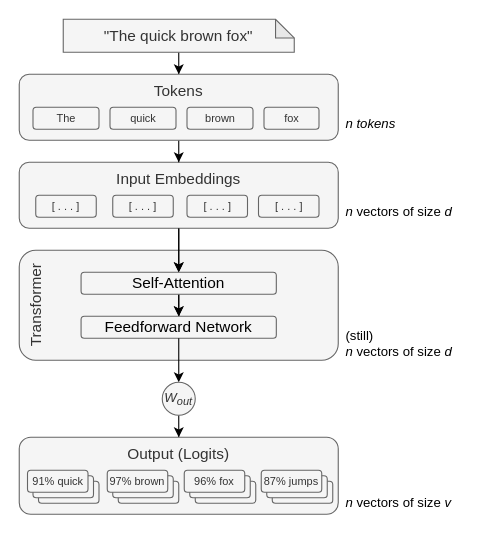
Earlier version of the draw.io diagram book/images/transformer/smallest-llm.drawio (yshavit/llm-notes). Source tidied: cells renumbered, new cells numbered last; positions are measured from the earlier drawing's top-left corner, leaving out a move shared by most shapes. Both pictures are drawn from the tidied source at 110%, with x=0, y=0 at pixel (19, 19).
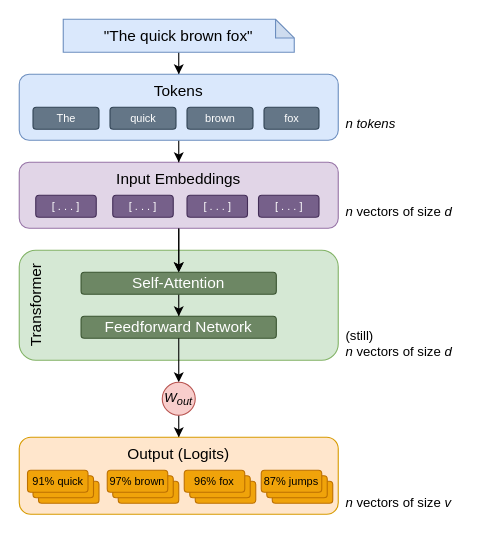
The same page after the edit.

Commit message (it also covers changes not shown here):
stacked transformer blocks

The edit, as a diff of the source:
```diff
@@
-    <mxCell id="2" value="Transformer" style="rounded=1;whiteSpace=wrap;html=1;verticalAlign=top;fontSize=14;strokeWidth=1;fillColor=#f5f5f5;fontStyle=0;strokeColor=#666666;fontColor=#333333;horizontal=0;" parent="1" vertex="1">
+    <mxCell id="2" value="Transformer" style="rounded=1;whiteSpace=wrap;html=1;verticalAlign=top;fontSize=14;strokeWidth=1;fillColor=#d5e8d4;fontStyle=0;strokeColor=#82b366;horizontal=0;" parent="1" vertex="1">
       <mxGeometry y="210" width="290" height="100" as="geometry" />
     </mxCell>
@@
-    <mxCell id="4" value="&quot;The quick brown fox&quot;" style="shape=note;whiteSpace=wrap;html=1;backgroundOutline=1;darkOpacity=0.05;size=17;fillColor=#f5f5f5;strokeColor=#666666;fontSize=14;fontColor=#333333;" parent="1" vertex="1">
+    <mxCell id="4" value="&quot;The quick brown fox&quot;" style="shape=note;whiteSpace=wrap;html=1;backgroundOutline=1;darkOpacity=0.05;size=17;fillColor=#dae8fc;strokeColor=#6c8ebf;fontSize=14;" parent="1" vertex="1">
       <mxGeometry x="40" width="210" height="30" as="geometry" />
     </mxCell>
@@
-    <mxCell id="6" value="&lt;span&gt;Input Embeddings&lt;/span&gt;" style="rounded=1;whiteSpace=wrap;html=1;fillColor=#f5f5f5;strokeColor=#666666;fontSize=14;shadow=0;fontColor=#333333;verticalAlign=top;fontStyle=0;" parent="1" vertex="1">
+    <mxCell id="6" value="&lt;span&gt;Input Embeddings&lt;/span&gt;" style="rounded=1;whiteSpace=wrap;html=1;fillColor=#e1d5e7;strokeColor=#9673a6;fontSize=14;shadow=0;verticalAlign=top;fontStyle=0;" parent="1" vertex="1">
       <mxGeometry y="130" width="290" height="60" as="geometry" />
     </mxCell>
@@
-    <mxCell id="8" style="edgeStyle=orthogonalEdgeStyle;rounded=0;jettySize=auto;html=1;" parent="1" edge="1" source="9" target="10">
-      <mxGeometry relative="1" as="geometry" />
-    </mxCell>
-    <mxCell id="9" value="&lt;span&gt;Self-Attention&lt;/span&gt;" style="rounded=1;whiteSpace=wrap;html=1;fillColor=#f5f5f5;fontColor=#000000;strokeColor=#666666;fontSize=14;fontStyle=0;" parent="1" vertex="1">
+    <mxCell id="9" value="&lt;span&gt;Self-Attention&lt;/span&gt;" style="rounded=1;whiteSpace=wrap;html=1;fillColor=#6d8764;fontColor=#ffffff;strokeColor=#3A5431;fontSize=14;fontStyle=0;" parent="1" vertex="1">
       <mxGeometry x="56.2" y="230" width="177.5" height="20" as="geometry" />
     </mxCell>
-    <mxCell id="10" value="&lt;span&gt;Feedforward Network&lt;/span&gt;" style="rounded=1;whiteSpace=wrap;html=1;fillColor=#f5f5f5;fontColor=#000000;strokeColor=#666666;fontSize=14;fontStyle=0;" parent="1" vertex="1">
+    <mxCell id="10" value="&lt;span&gt;Feedforward Network&lt;/span&gt;" style="rounded=1;whiteSpace=wrap;html=1;fillColor=#6d8764;fontColor=#ffffff;strokeColor=#3A5431;fontSize=14;fontStyle=0;" parent="1" vertex="1">
       <mxGeometry x="56.2" y="270" width="177.5" height="20" as="geometry" />
     </mxCell>
@@
-    <mxCell id="15" value="&lt;i&gt;W&lt;sub&gt;out&lt;/sub&gt;&lt;/i&gt;" style="ellipse;whiteSpace=wrap;html=1;fillColor=#f5f5f5;fontColor=#333333;strokeColor=#666666;" parent="1" vertex="1">
+    <mxCell id="15" value="&lt;i&gt;W&lt;sub&gt;out&lt;/sub&gt;&lt;/i&gt;" style="ellipse;whiteSpace=wrap;html=1;fillColor=#f8cecc;strokeColor=#b85450;" parent="1" vertex="1">
       <mxGeometry x="130" y="330" width="30" height="30" as="geometry" />
     </mxCell>
-    <mxCell id="16" value="&lt;span&gt;Tokens&lt;/span&gt;" style="rounded=1;whiteSpace=wrap;html=1;fillColor=#f5f5f5;strokeColor=#666666;fontSize=14;shadow=0;fontColor=#333333;verticalAlign=top;fontStyle=0;" parent="1" vertex="1">
+    <mxCell id="16" value="&lt;span&gt;Tokens&lt;/span&gt;" style="rounded=1;whiteSpace=wrap;html=1;fillColor=#dae8fc;strokeColor=#6c8ebf;fontSize=14;shadow=0;verticalAlign=top;fontStyle=0;" parent="1" vertex="1">
       <mxGeometry y="50" width="290" height="60" as="geometry" />
     </mxCell>
@@
-    <mxCell id="20" value="&lt;span&gt;Output (Logits)&lt;/span&gt;" style="rounded=1;whiteSpace=wrap;html=1;fillColor=#f5f5f5;strokeColor=#666666;fontSize=14;shadow=0;fontColor=#333333;verticalAlign=top;fontStyle=0;" parent="1" vertex="1">
+    <mxCell id="20" value="&lt;span&gt;Output (Logits)&lt;/span&gt;" style="rounded=1;whiteSpace=wrap;html=1;fillColor=#ffe6cc;strokeColor=#d79b00;fontSize=14;shadow=0;verticalAlign=top;fontStyle=0;" parent="1" vertex="1">
       <mxGeometry y="380" width="290" height="70" as="geometry" />
     </mxCell>
-    <mxCell id="21" style="group;" parent="1" vertex="1">
-      <mxGeometry x="7.5" y="410" width="65" height="30" as="geometry" />
-    </mxCell>
-    <mxCell id="22" style="rounded=1;whiteSpace=wrap;html=1;fontSize=10;fillColor=#f5f5f5;fontColor=#333333;strokeColor=#666666;" parent="21" vertex="1">
-      <mxGeometry x="10" y="10" width="55" height="20" as="geometry" />
-    </mxCell>
-    <mxCell id="23" style="rounded=1;whiteSpace=wrap;html=1;fontSize=10;fillColor=#f5f5f5;fontColor=#333333;strokeColor=#666666;" parent="21" vertex="1">
-      <mxGeometry x="5" y="5" width="55" height="20" as="geometry" />
-    </mxCell>
-    <mxCell id="24" value="91% quick" style="rounded=1;whiteSpace=wrap;html=1;fontSize=10;fillColor=#f5f5f5;fontColor=#333333;strokeColor=#666666;" parent="21" vertex="1">
-      <mxGeometry width="55" height="20" as="geometry" />
-    </mxCell>
-    <mxCell id="25" style="group;" parent="1" vertex="1">
-      <mxGeometry x="80" y="410" width="65" height="30" as="geometry" />
-    </mxCell>
-    <mxCell id="26" style="rounded=1;whiteSpace=wrap;html=1;fontSize=10;fillColor=#f5f5f5;fontColor=#333333;strokeColor=#666666;" parent="25" vertex="1">
-      <mxGeometry x="10" y="10" width="55" height="20" as="geometry" />
-    </mxCell>
-    <mxCell id="27" style="rounded=1;whiteSpace=wrap;html=1;fontSize=10;fillColor=#f5f5f5;fontColor=#333333;strokeColor=#666666;" parent="25" vertex="1">
-      <mxGeometry x="5" y="5" width="55" height="20" as="geometry" />
-    </mxCell>
-    <mxCell id="28" value="97% brown" style="rounded=1;whiteSpace=wrap;html=1;fontSize=10;fillColor=#f5f5f5;fontColor=#333333;strokeColor=#666666;" parent="25" vertex="1">
-      <mxGeometry width="55" height="20" as="geometry" />
-    </mxCell>
-    <mxCell id="29" style="group;" parent="1" vertex="1">
-      <mxGeometry x="150" y="410" width="65" height="30" as="geometry" />
-    </mxCell>
-    <mxCell id="30" style="rounded=1;whiteSpace=wrap;html=1;fontSize=10;fillColor=#f5f5f5;fontColor=#333333;strokeColor=#666666;" parent="29" vertex="1">
-      <mxGeometry x="10" y="10" width="55" height="20" as="geometry" />
-    </mxCell>
-    <mxCell id="31" style="rounded=1;whiteSpace=wrap;html=1;fontSize=10;fillColor=#f5f5f5;fontColor=#333333;strokeColor=#666666;" parent="29" vertex="1">
-      <mxGeometry x="5" y="5" width="55" height="20" as="geometry" />
-    </mxCell>
-    <mxCell id="32" value="96% fox" style="rounded=1;whiteSpace=wrap;html=1;fontSize=10;fillColor=#f5f5f5;fontColor=#333333;strokeColor=#666666;" parent="29" vertex="1">
-      <mxGeometry width="55" height="20" as="geometry" />
-    </mxCell>
@@
-    <mxCell id="34" value="brown" style="rounded=1;whiteSpace=wrap;html=1;fontSize=10;fillColor=#f5f5f5;fontColor=#333333;strokeColor=#666666;" parent="1" vertex="1">
+    <mxCell id="34" value="brown" style="rounded=1;whiteSpace=wrap;html=1;fontSize=10;fillColor=#647687;fontColor=#ffffff;strokeColor=#314354;" parent="1" vertex="1">
       <mxGeometry x="152.5" y="80" width="60" height="20" as="geometry" />
     </mxCell>
-    <mxCell id="35" value="quick" style="rounded=1;whiteSpace=wrap;html=1;fontSize=10;fillColor=#f5f5f5;fontColor=#333333;strokeColor=#666666;" parent="1" vertex="1">
+    <mxCell id="35" value="quick" style="rounded=1;whiteSpace=wrap;html=1;fontSize=10;fillColor=#647687;fontColor=#ffffff;strokeColor=#314354;" parent="1" vertex="1">
       <mxGeometry x="82.5" y="80" width="60" height="20" as="geometry" />
     </mxCell>
-    <mxCell id="36" value="The" style="rounded=1;whiteSpace=wrap;html=1;fontSize=10;fillColor=#f5f5f5;fontColor=#333333;strokeColor=#666666;" parent="1" vertex="1">
+    <mxCell id="36" value="The" style="rounded=1;whiteSpace=wrap;html=1;fontSize=10;fillColor=#647687;fontColor=#ffffff;strokeColor=#314354;" parent="1" vertex="1">
       <mxGeometry x="12.5" y="80" width="60" height="20" as="geometry" />
     </mxCell>
-    <mxCell id="37" value="[ . . . ]" style="rounded=1;whiteSpace=wrap;html=1;fontSize=10;fillColor=#f5f5f5;fontColor=#333333;strokeColor=#666666;" parent="1" vertex="1">
+    <mxCell id="37" value="[ . . . ]" style="rounded=1;whiteSpace=wrap;html=1;fontSize=10;fillColor=#76608a;strokeColor=#432D57;fontColor=#ffffff;" parent="1" vertex="1">
       <mxGeometry x="152.5" y="160" width="55" height="20" as="geometry" />
     </mxCell>
-    <mxCell id="38" value="[ . . . ]" style="rounded=1;whiteSpace=wrap;html=1;fontSize=10;fillColor=#f5f5f5;fontColor=#333333;strokeColor=#666666;" parent="1" vertex="1">
+    <mxCell id="38" value="[ . . . ]" style="rounded=1;whiteSpace=wrap;html=1;fontSize=10;fillColor=#76608a;strokeColor=#432D57;fontColor=#ffffff;" parent="1" vertex="1">
       <mxGeometry x="85" y="160" width="55" height="20" as="geometry" />
     </mxCell>
-    <mxCell id="39" value="[ . . . ]" style="rounded=1;whiteSpace=wrap;html=1;fontSize=10;fillColor=#f5f5f5;fontColor=#333333;strokeColor=#666666;" parent="1" vertex="1">
+    <mxCell id="39" value="[ . . . ]" style="rounded=1;whiteSpace=wrap;html=1;fontSize=10;fillColor=#76608a;strokeColor=#432D57;fontColor=#ffffff;" parent="1" vertex="1">
       <mxGeometry x="15" y="160" width="55" height="20" as="geometry" />
     </mxCell>
-    <mxCell id="40" value="fox" style="rounded=1;whiteSpace=wrap;html=1;fontSize=10;fillColor=#f5f5f5;fontColor=#333333;strokeColor=#666666;" parent="1" vertex="1">
+    <mxCell id="40" value="fox" style="rounded=1;whiteSpace=wrap;html=1;fontSize=10;fillColor=#647687;fontColor=#ffffff;strokeColor=#314354;" parent="1" vertex="1">
       <mxGeometry x="222.5" y="80" width="50" height="20" as="geometry" />
     </mxCell>
-    <mxCell id="41" value="[ . . . ]" style="rounded=1;whiteSpace=wrap;html=1;fontSize=10;fillColor=#f5f5f5;fontColor=#333333;strokeColor=#666666;" parent="1" vertex="1">
+    <mxCell id="41" value="[ . . . ]" style="rounded=1;whiteSpace=wrap;html=1;fontSize=10;fillColor=#76608a;strokeColor=#432D57;fontColor=#ffffff;" parent="1" vertex="1">
       <mxGeometry x="217.5" y="160" width="55" height="20" as="geometry" />
     </mxCell>
-    <mxCell id="42" style="group;" parent="1" vertex="1">
-      <mxGeometry x="220" y="410" width="65" height="30" as="geometry" />
-    </mxCell>
+    <mxCell id="22" style="rounded=1;whiteSpace=wrap;html=1;fontSize=10;fillColor=#f0a30a;fontColor=#000000;strokeColor=#BD7000;" parent="1" vertex="1">
+      <mxGeometry x="17.5" y="420" width="55" height="20" as="geometry" />
+    </mxCell>
+    <mxCell id="23" style="rounded=1;whiteSpace=wrap;html=1;fontSize=10;fillColor=#f0a30a;fontColor=#000000;strokeColor=#BD7000;" parent="1" vertex="1">
+      <mxGeometry x="12.5" y="415" width="55" height="20" as="geometry" />
+    </mxCell>
+    <mxCell id="24" value="91% quick" style="rounded=1;whiteSpace=wrap;html=1;fontSize=10;fillColor=#f0a30a;fontColor=#000000;strokeColor=#BD7000;" parent="1" vertex="1">
+      <mxGeometry x="7.5" y="410" width="55" height="20" as="geometry" />
+    </mxCell>
+    <mxCell id="26" style="rounded=1;whiteSpace=wrap;html=1;fontSize=10;fillColor=#f0a30a;fontColor=#000000;strokeColor=#BD7000;" parent="1" vertex="1">
+      <mxGeometry x="90" y="420" width="55" height="20" as="geometry" />
+    </mxCell>
+    <mxCell id="27" style="rounded=1;whiteSpace=wrap;html=1;fontSize=10;fillColor=#f0a30a;fontColor=#000000;strokeColor=#BD7000;" parent="1" vertex="1">
+      <mxGeometry x="85" y="415" width="55" height="20" as="geometry" />
+    </mxCell>
+    <mxCell id="28" value="97% brown" style="rounded=1;whiteSpace=wrap;html=1;fontSize=10;fillColor=#f0a30a;fontColor=#000000;strokeColor=#BD7000;" parent="1" vertex="1">
+      <mxGeometry x="80" y="410" width="55" height="20" as="geometry" />
+    </mxCell>
+    <mxCell id="30" style="rounded=1;whiteSpace=wrap;html=1;fontSize=10;fillColor=#f0a30a;fontColor=#000000;strokeColor=#BD7000;" parent="1" vertex="1">
+      <mxGeometry x="160" y="420" width="55" height="20" as="geometry" />
+    </mxCell>
+    <mxCell id="31" style="rounded=1;whiteSpace=wrap;html=1;fontSize=10;fillColor=#f0a30a;fontColor=#000000;strokeColor=#BD7000;" parent="1" vertex="1">
+      <mxGeometry x="155" y="415" width="55" height="20" as="geometry" />
+    </mxCell>
+    <mxCell id="32" value="96% fox" style="rounded=1;whiteSpace=wrap;html=1;fontSize=10;fillColor=#f0a30a;fontColor=#000000;strokeColor=#BD7000;" parent="1" vertex="1">
+      <mxGeometry x="150" y="410" width="55" height="20" as="geometry" />
+    </mxCell>
-    <mxCell id="43" style="rounded=1;whiteSpace=wrap;html=1;fontSize=10;fillColor=#f5f5f5;fontColor=#333333;strokeColor=#666666;" parent="42" vertex="1">
-      <mxGeometry x="10" y="10" width="55" height="20" as="geometry" />
+    <mxCell id="43" style="rounded=1;whiteSpace=wrap;html=1;fontSize=10;fillColor=#f0a30a;fontColor=#000000;strokeColor=#BD7000;" parent="1" vertex="1">
+      <mxGeometry x="230" y="420" width="55" height="20" as="geometry" />
     </mxCell>
-    <mxCell id="44" style="rounded=1;whiteSpace=wrap;html=1;fontSize=10;fillColor=#f5f5f5;fontColor=#333333;strokeColor=#666666;" parent="42" vertex="1">
-      <mxGeometry x="5" y="5" width="55" height="20" as="geometry" />
+    <mxCell id="44" style="rounded=1;whiteSpace=wrap;html=1;fontSize=10;fillColor=#f0a30a;fontColor=#000000;strokeColor=#BD7000;" parent="1" vertex="1">
+      <mxGeometry x="225" y="415" width="55" height="20" as="geometry" />
     </mxCell>
-    <mxCell id="45" value="87% jumps" style="rounded=1;whiteSpace=wrap;html=1;fontSize=10;fillColor=#f5f5f5;fontColor=#333333;strokeColor=#666666;" parent="42" vertex="1">
-      <mxGeometry width="55" height="20" as="geometry" />
+    <mxCell id="45" value="87% jumps" style="rounded=1;whiteSpace=wrap;html=1;fontSize=10;fillColor=#f0a30a;fontColor=#000000;strokeColor=#BD7000;" parent="1" vertex="1">
+      <mxGeometry x="220" y="410" width="55" height="20" as="geometry" />
     </mxCell>
```
